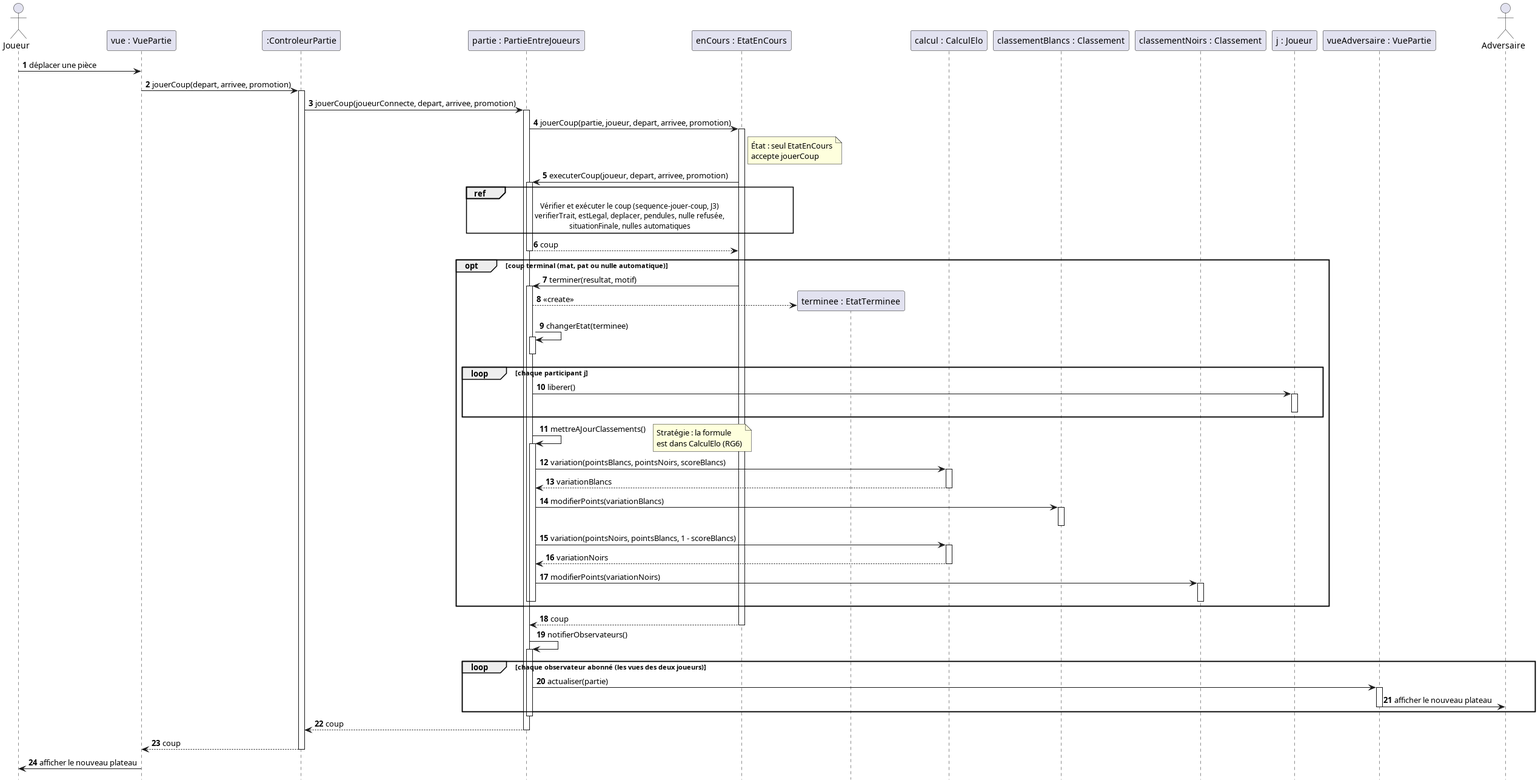
Earlier version of the PlantUML export diagrams/sequence-conception-jouer-coup.png (kevinBissouth/projet_echecs_tic315). Source of this version:
```plantuml
@startuml sequence-conception-jouer-coup

autonumber
hide footbox

actor "Joueur" as joueur order 10
participant "vue : VuePartie" as vue order 20
participant ":ControleurPartie" as controleur order 30
participant "partie : PartieEntreJoueurs" as partie order 40
participant "enCours : EtatEnCours" as enCours order 50
participant "calcul : CalculElo" as calcul order 60
participant "classementBlancs : Classement" as classementBlancs order 70
participant "classementNoirs : Classement" as classementNoirs order 80
participant "j : Joueur" as j order 90
participant "vueAdversaire : VuePartie" as vueAdversaire order 100
actor "Adversaire" as adversaire order 110

joueur -> vue : déplacer une pièce
vue -> controleur ++ : jouerCoup(depart, arrivee, promotion)
controleur -> partie ++ : jouerCoup(joueurConnecte, depart, arrivee, promotion)
partie -> enCours ++ : jouerCoup(partie, joueur, depart, arrivee, promotion)
note right of enCours : État : seul EtatEnCours\naccepte jouerCoup
enCours -> partie ++ : executerCoup(joueur, depart, arrivee, promotion)
ref over partie, enCours : Vérifier et exécuter le coup (sequence-jouer-coup, J3)\nverifierTrait, estLegal, deplacer, pendules, nulle refusée,\nsituationFinale, nulles automatiques
partie --> enCours -- : coup

opt coup terminal (mat, pat ou nulle automatique)
  enCours -> partie ++ : terminer(resultat, motif)
  create "terminee : EtatTerminee" as terminee order 55
  partie --> terminee : <<create>>
  partie -> partie ++ : changerEtat(terminee)
  deactivate partie
  loop chaque participant j
    partie -> j ++ : liberer()
    deactivate j
  end
  partie -> partie ++ : mettreAJourClassements()
  note right : Stratégie : la formule\nest dans CalculElo (RG6)
  partie -> calcul ++ : variation(pointsBlancs, pointsNoirs, scoreBlancs)
  calcul --> partie -- : variationBlancs
  partie -> classementBlancs ++ : modifierPoints(variationBlancs)
  deactivate classementBlancs
  partie -> calcul ++ : variation(pointsNoirs, pointsBlancs, 1 - scoreBlancs)
  calcul --> partie -- : variationNoirs
  partie -> classementNoirs ++ : modifierPoints(variationNoirs)
  deactivate classementNoirs
  deactivate partie
  deactivate partie
end
enCours --> partie -- : coup

partie -> partie ++ : notifierObservateurs()
loop chaque observateur abonné (les vues des deux joueurs)
  partie -> vueAdversaire ++ : actualiser(partie)
  vueAdversaire -> adversaire : afficher le nouveau plateau
  deactivate vueAdversaire
end
deactivate partie

partie --> controleur -- : coup
controleur --> vue -- : coup
vue -> joueur : afficher le nouveau plateau

@enduml
```
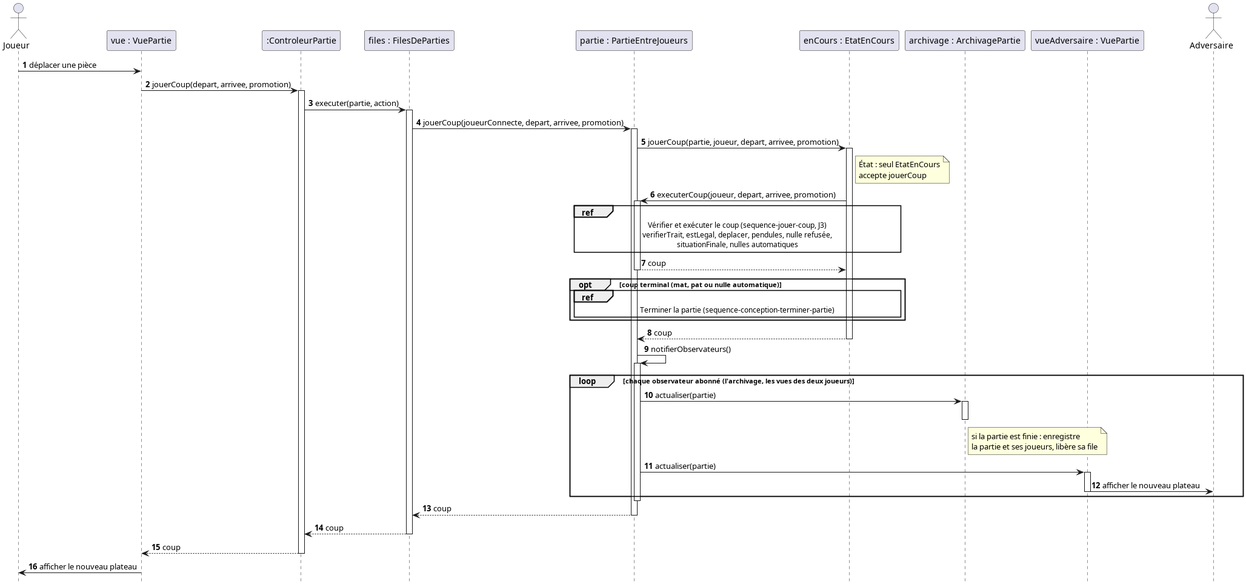
After the commit.

Diff of the diagram source:
```diff
@@ -6,18 +6,17 @@
 actor "Joueur" as joueur order 10
 participant "vue : VuePartie" as vue order 20
 participant ":ControleurPartie" as controleur order 30
+participant "files : FilesDeParties" as files order 35
 participant "partie : PartieEntreJoueurs" as partie order 40
 participant "enCours : EtatEnCours" as enCours order 50
-participant "calcul : CalculElo" as calcul order 60
-participant "classementBlancs : Classement" as classementBlancs order 70
-participant "classementNoirs : Classement" as classementNoirs order 80
-participant "j : Joueur" as j order 90
+participant "archivage : ArchivagePartie" as archivage order 95
 participant "vueAdversaire : VuePartie" as vueAdversaire order 100
 actor "Adversaire" as adversaire order 110
 
 joueur -> vue : déplacer une pièce
 vue -> controleur ++ : jouerCoup(depart, arrivee, promotion)
-controleur -> partie ++ : jouerCoup(joueurConnecte, depart, arrivee, promotion)
+controleur -> files ++ : executer(partie, action)
+files -> partie ++ : jouerCoup(joueurConnecte, depart, arrivee, promotion)
 partie -> enCours ++ : jouerCoup(partie, joueur, depart, arrivee, promotion)
 note right of enCours : État : seul EtatEnCours\naccepte jouerCoup
 enCours -> partie ++ : executerCoup(joueur, depart, arrivee, promotion)
@@ -25,39 +24,23 @@
 partie --> enCours -- : coup
 
 opt coup terminal (mat, pat ou nulle automatique)
-  enCours -> partie ++ : terminer(resultat, motif)
-  create "terminee : EtatTerminee" as terminee order 55
-  partie --> terminee : <<create>>
-  partie -> partie ++ : changerEtat(terminee)
-  deactivate partie
-  loop chaque participant j
-    partie -> j ++ : liberer()
-    deactivate j
-  end
-  partie -> partie ++ : mettreAJourClassements()
-  note right : Stratégie : la formule\nest dans CalculElo (RG6)
-  partie -> calcul ++ : variation(pointsBlancs, pointsNoirs, scoreBlancs)
-  calcul --> partie -- : variationBlancs
-  partie -> classementBlancs ++ : modifierPoints(variationBlancs)
-  deactivate classementBlancs
-  partie -> calcul ++ : variation(pointsNoirs, pointsBlancs, 1 - scoreBlancs)
-  calcul --> partie -- : variationNoirs
-  partie -> classementNoirs ++ : modifierPoints(variationNoirs)
-  deactivate classementNoirs
-  deactivate partie
-  deactivate partie
+  ref over partie, enCours : Terminer la partie (sequence-conception-terminer-partie)
 end
 enCours --> partie -- : coup
 
 partie -> partie ++ : notifierObservateurs()
-loop chaque observateur abonné (les vues des deux joueurs)
+loop chaque observateur abonné (l'archivage, les vues des deux joueurs)
+  partie -> archivage ++ : actualiser(partie)
+  note right of archivage : si la partie est finie : enregistre\nla partie et ses joueurs, libère sa file
+  deactivate archivage
   partie -> vueAdversaire ++ : actualiser(partie)
   vueAdversaire -> adversaire : afficher le nouveau plateau
   deactivate vueAdversaire
 end
 deactivate partie
 
-partie --> controleur -- : coup
+partie --> files -- : coup
+files --> controleur -- : coup
 controleur --> vue -- : coup
 vue -> joueur : afficher le nouveau plateau
 
```
